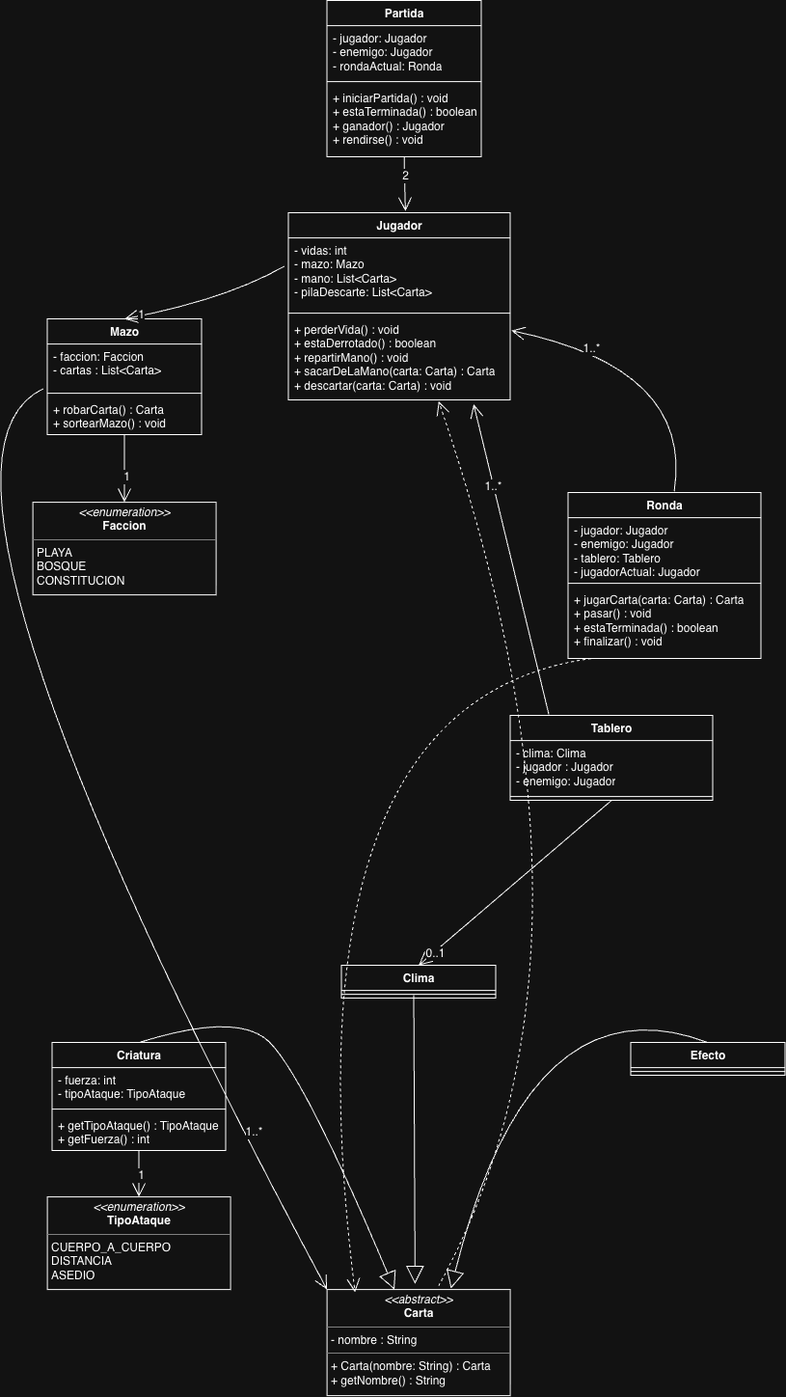
The draw.io diagram paradigwent/diagrama/UMLEntregaParcial.png in AgustinaMJuarez/tp1_paradigwent, before a commit. Source tidied: cells renumbered, new cells last; positions are measured from the earlier drawing's top-left corner, leaving out a move shared by most shapes.
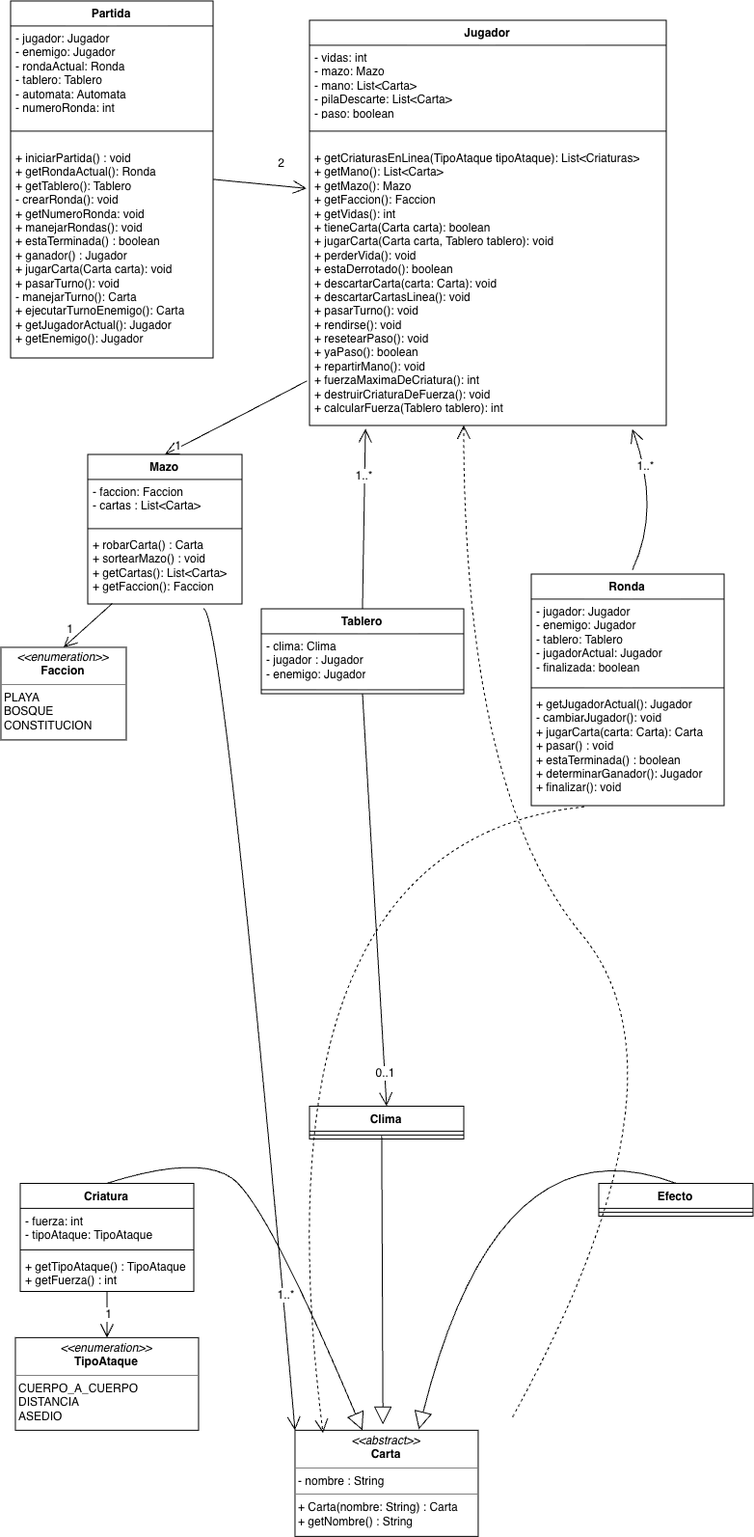
Above is the later version.

Commit message:
agregamos modal de rendirse

Change to the diagram source:
```diff
@@ -5,15 +5,15 @@
     <mxCell id="2" value="Jugador" style="swimlane;fontStyle=1;align=center;verticalAlign=top;horizontal=1;startSize=26;whiteSpace=wrap;html=1;" parent="1" vertex="1">
-      <mxGeometry x="420" y="220" width="230" height="194" as="geometry" />
+      <mxGeometry x="90" y="-130" width="370" height="420" as="geometry" />
     </mxCell>
-    <mxCell id="3" value="- vidas: int&lt;div&gt;- mazo: Mazo&lt;/div&gt;&lt;div&gt;- mano: List&amp;lt;Carta&amp;gt;&lt;/div&gt;&lt;div&gt;- pilaDescarte: List&amp;lt;Carta&amp;gt;&lt;/div&gt;&lt;div&gt;&lt;br&gt;&lt;/div&gt;&lt;div&gt;&lt;br&gt;&lt;/div&gt;" style="text;strokeColor=none;fillColor=none;align=left;verticalAlign=top;spacingLeft=4;spacingRight=4;overflow=hidden;points=[[0,0.5],[1,0.5]];portConstraint=eastwest;whiteSpace=wrap;html=1;" parent="2" vertex="1">
-      <mxGeometry y="26" width="230" height="74" as="geometry" />
+    <mxCell id="3" value="- vidas: int&lt;div&gt;- mazo: Mazo&lt;/div&gt;&lt;div&gt;- mano: List&amp;lt;Carta&amp;gt;&lt;/div&gt;&lt;div&gt;- pilaDescarte: List&amp;lt;Carta&amp;gt;&lt;/div&gt;&lt;div&gt;- paso: boolean&lt;/div&gt;&lt;div&gt;&lt;br&gt;&lt;/div&gt;&lt;div&gt;&lt;br&gt;&lt;/div&gt;" style="text;strokeColor=none;fillColor=none;align=left;verticalAlign=top;spacingLeft=4;spacingRight=4;overflow=hidden;points=[[0,0.5],[1,0.5]];portConstraint=eastwest;whiteSpace=wrap;html=1;" parent="2" vertex="1">
+      <mxGeometry y="26" width="370" height="74" as="geometry" />
     </mxCell>
     <mxCell id="4" style="line;strokeWidth=1;fillColor=none;align=left;verticalAlign=middle;spacingTop=-1;spacingLeft=3;spacingRight=3;labelPosition=right;strokeColor=inherit;" parent="2" vertex="1">
-      <mxGeometry y="100" width="230" height="8" as="geometry" />
+      <mxGeometry y="100" width="370" height="30" as="geometry" />
     </mxCell>
-    <mxCell id="5" value="+ perderVida() : void&lt;br&gt;+ estaDerrotado() : boolean&lt;br&gt;+ repartirMano() : void&lt;div&gt;+ sacarDeLaMano(carta: Carta) : Carta&lt;/div&gt;&lt;div&gt;+ descartar(carta: Carta) : void&lt;/div&gt;&lt;div&gt;&lt;br&gt;&lt;/div&gt;" style="text;strokeColor=none;fillColor=none;align=left;verticalAlign=top;spacingLeft=4;spacingRight=4;overflow=hidden;points=[[0,0.5],[1,0.5]];portConstraint=eastwest;whiteSpace=wrap;html=1;" parent="2" vertex="1">
-      <mxGeometry y="108" width="230" height="86" as="geometry" />
+    <mxCell id="5" value="+ getCriaturasEnLinea(TipoAtaque tipoAtaque): List&amp;lt;Criaturas&amp;gt;&lt;div&gt;+ getMano(): List&amp;lt;Carta&amp;gt;&lt;/div&gt;&lt;div&gt;+ getMazo(): Mazo&lt;/div&gt;&lt;div&gt;+ getFaccion(): Faccion&lt;/div&gt;&lt;div&gt;+ getVidas(): int&lt;/div&gt;&lt;div&gt;+ tieneCarta(Carta carta): boolean&lt;/div&gt;&lt;div&gt;+ jugarCarta(Carta carta, Tablero tablero): void&lt;/div&gt;&lt;div&gt;+ perderVida(): void&lt;br&gt;+ estaDerrotado(): boolean&lt;br&gt;&lt;div&gt;+ descartarCarta(carta: Carta): void&lt;/div&gt;&lt;div&gt;+ descartarCartasLinea(): void&lt;/div&gt;&lt;div&gt;+ pasarTurno(): void&lt;/div&gt;&lt;div&gt;+ rendirse(): void&lt;/div&gt;&lt;div&gt;+ resetearPaso(): void&lt;/div&gt;&lt;div&gt;+ yaPaso(): boolean&lt;/div&gt;&lt;div&gt;+ repartirMano(): void&lt;/div&gt;&lt;div&gt;+ fuerzaMaximaDeCriatura(): int&lt;/div&gt;&lt;div&gt;+ destruirCriaturaDeFuerza(): void&lt;/div&gt;&lt;div&gt;+ calcularFuerza(Tablero tablero): int&lt;/div&gt;&lt;div&gt;&lt;br&gt;&lt;/div&gt;&lt;/div&gt;" style="text;strokeColor=none;fillColor=none;align=left;verticalAlign=top;spacingLeft=4;spacingRight=4;overflow=hidden;points=[[0,0.5],[1,0.5]];portConstraint=eastwest;whiteSpace=wrap;html=1;" parent="2" vertex="1">
+      <mxGeometry y="130" width="370" height="290" as="geometry" />
     </mxCell>
     <mxCell id="6" value="Mazo" style="swimlane;fontStyle=1;align=center;verticalAlign=top;horizontal=1;startSize=26;whiteSpace=wrap;html=1;" parent="1" vertex="1">
-      <mxGeometry x="170" y="330" width="160" height="120" as="geometry" />
+      <mxGeometry x="-140" y="320" width="160" height="155" as="geometry" />
     </mxCell>
@@ -25,9 +25,9 @@
     </mxCell>
-    <mxCell id="9" value="+ robarCarta() : Carta&lt;br&gt;+ sortearMazo() : void" style="text;strokeColor=none;fillColor=none;align=left;verticalAlign=top;spacingLeft=4;spacingRight=4;overflow=hidden;points=[[0,0.5],[1,0.5]];portConstraint=eastwest;whiteSpace=wrap;html=1;" parent="6" vertex="1">
-      <mxGeometry y="81" width="160" height="39" as="geometry" />
+    <mxCell id="9" value="+ robarCarta() : Carta&lt;br&gt;+ sortearMazo() : void&lt;div&gt;+ getCartas(): List&amp;lt;Carta&amp;gt;&lt;/div&gt;&lt;div&gt;+ getFaccion(): Faccion&lt;/div&gt;" style="text;strokeColor=none;fillColor=none;align=left;verticalAlign=top;spacingLeft=4;spacingRight=4;overflow=hidden;points=[[0,0.5],[1,0.5]];portConstraint=eastwest;whiteSpace=wrap;html=1;" parent="6" vertex="1">
+      <mxGeometry y="81" width="160" height="74" as="geometry" />
     </mxCell>
-    <mxCell id="10" style="endArrow=open;endFill=1;endSize=12;html=1;rounded=0;fontSize=12;curved=1;exitX=-0.019;exitY=0.398;exitDx=0;exitDy=0;exitPerimeter=0;entryX=0.5;entryY=0;entryDx=0;entryDy=0;" parent="1" edge="1" source="3" target="6">
+    <mxCell id="10" style="endArrow=open;endFill=1;endSize=12;html=1;rounded=0;fontSize=12;curved=1;exitX=-0.007;exitY=0.841;exitDx=0;exitDy=0;exitPerimeter=0;entryX=0.5;entryY=0;entryDx=0;entryDy=0;" parent="1" edge="1" source="5" target="6">
       <mxGeometry relative="1" as="geometry">
         <Array as="points">
-          <mxPoint x="355" y="310" />
+          <mxPoint x="-30" y="305.5" />
         </Array>
@@ -39,5 +39,5 @@
     <mxCell id="12" value="&lt;p style=&quot;margin:0px;margin-top:4px;text-align:center;&quot;&gt;&lt;i&gt;&amp;lt;&amp;lt;enumeration&amp;gt;&amp;gt;&lt;/i&gt;&lt;br&gt;&lt;b&gt;Faccion&lt;/b&gt;&lt;/p&gt;&lt;hr size=&quot;1&quot; style=&quot;border-style:solid;&quot;&gt;&lt;p style=&quot;margin:0px;margin-left:4px;&quot;&gt;PLAYA&lt;br&gt;BOSQUE&lt;br&gt;CONSTITUCION&lt;/p&gt;" style="verticalAlign=top;align=left;overflow=fill;html=1;whiteSpace=wrap;" parent="1" vertex="1">
-      <mxGeometry x="155" y="520" width="190" height="96" as="geometry" />
+      <mxGeometry x="-230" y="520" width="130" height="96" as="geometry" />
     </mxCell>
-    <mxCell id="13" style="endArrow=open;endFill=1;endSize=12;html=1;rounded=0;fontSize=12;curved=1;exitX=0.5;exitY=1;exitDx=0;exitDy=0;entryX=0.5;entryY=0;entryDx=0;entryDy=0;" parent="1" edge="1" source="6" target="12">
+    <mxCell id="13" style="endArrow=open;endFill=1;endSize=12;html=1;rounded=0;fontSize=12;curved=1;exitX=0.161;exitY=0.991;exitDx=0;exitDy=0;entryX=0.5;entryY=0;entryDx=0;entryDy=0;exitPerimeter=0;" parent="1" edge="1" source="9" target="12">
       <mxGeometry relative="1" as="geometry" />
@@ -50,6 +50,6 @@
     <mxCell id="15" value="&lt;p style=&quot;margin:0px;margin-top:4px;text-align:center;&quot;&gt;&lt;i&gt;&amp;lt;&amp;lt;abstract&amp;gt;&amp;gt;&lt;/i&gt;&lt;br&gt;&lt;b&gt;Carta&lt;/b&gt;&lt;/p&gt;&lt;hr size=&quot;1&quot; style=&quot;border-style:solid;&quot;&gt;&lt;p style=&quot;margin:0px;margin-left:4px;&quot;&gt;- nombre : String&lt;/p&gt;&lt;hr size=&quot;1&quot; style=&quot;border-style:solid;&quot;&gt;&lt;p style=&quot;margin:0px;margin-left:4px;&quot;&gt;+ Carta(nombre: String) : Carta&lt;/p&gt;&lt;p style=&quot;margin:0px;margin-left:4px;&quot;&gt;+ getNombre() : String&lt;/p&gt;" style="verticalAlign=top;align=left;overflow=fill;html=1;whiteSpace=wrap;" parent="1" vertex="1">
-      <mxGeometry x="460" y="1336" width="190" height="110" as="geometry" />
+      <mxGeometry x="75" y="1331.5" width="190" height="110" as="geometry" />
     </mxCell>
     <mxCell id="16" value="Criatura" style="swimlane;fontStyle=1;align=center;verticalAlign=top;horizontal=1;startSize=26;whiteSpace=wrap;html=1;" parent="1" vertex="1">
-      <mxGeometry x="175" y="1080" width="180" height="112" as="geometry" />
+      <mxGeometry x="-210" y="1075.5" width="180" height="112" as="geometry" />
     </mxCell>
@@ -65,3 +65,3 @@
     <mxCell id="20" value="Clima" style="swimlane;fontStyle=1;align=center;verticalAlign=top;horizontal=1;startSize=26;whiteSpace=wrap;html=1;" parent="1" vertex="1">
-      <mxGeometry x="475" y="1000" width="160" height="34" as="geometry" />
+      <mxGeometry x="90" y="995.5" width="160" height="34" as="geometry" />
     </mxCell>
@@ -71,3 +71,3 @@
     <mxCell id="22" value="Efecto" style="swimlane;fontStyle=1;align=center;verticalAlign=top;horizontal=1;startSize=26;whiteSpace=wrap;html=1;" parent="1" vertex="1">
-      <mxGeometry x="775" y="1080" width="160" height="34" as="geometry" />
+      <mxGeometry x="390" y="1075.5" width="160" height="34" as="geometry" />
     </mxCell>
@@ -77,3 +77,3 @@
     <mxCell id="24" value="&lt;p style=&quot;margin:0px;margin-top:4px;text-align:center;&quot;&gt;&lt;i&gt;&amp;lt;&amp;lt;enumeration&amp;gt;&amp;gt;&lt;/i&gt;&lt;br&gt;&lt;b&gt;TipoAtaque&lt;/b&gt;&lt;/p&gt;&lt;hr size=&quot;1&quot; style=&quot;border-style:solid;&quot;&gt;&lt;p style=&quot;margin:0px;margin-left:4px;&quot;&gt;CUERPO_A_CUERPO&lt;/p&gt;&lt;p style=&quot;margin:0px;margin-left:4px;&quot;&gt;DISTANCIA&lt;/p&gt;&lt;p style=&quot;margin:0px;margin-left:4px;&quot;&gt;ASEDIO&lt;/p&gt;&lt;p style=&quot;margin:0px;margin-left:4px;&quot;&gt;&lt;br&gt;&lt;/p&gt;" style="verticalAlign=top;align=left;overflow=fill;html=1;whiteSpace=wrap;" parent="1" vertex="1">
-      <mxGeometry x="170" y="1240" width="190" height="96" as="geometry" />
+      <mxGeometry x="-215" y="1235.5" width="190" height="96" as="geometry" />
     </mxCell>
@@ -82,4 +82,4 @@
         <Array as="points">
-          <mxPoint x="360" y="1050" />
-          <mxPoint x="430" y="1100" />
+          <mxPoint x="-25" y="1045.5" />
+          <mxPoint x="45" y="1095.5" />
         </Array>
@@ -89,4 +89,4 @@
       <mxGeometry relative="1" as="geometry">
-        <mxPoint x="549.9" y="1030.9" as="sourcePoint" />
-        <mxPoint x="551.3" y="1330" as="targetPoint" />
+        <mxPoint x="164.9" y="1026.3" as="sourcePoint" />
+        <mxPoint x="166.3" y="1325.5" as="targetPoint" />
       </mxGeometry>
@@ -96,3 +96,3 @@
         <Array as="points">
-          <mxPoint x="670" y="1010" />
+          <mxPoint x="285" y="1005.5" />
         </Array>
@@ -109,14 +109,14 @@
     <mxCell id="30" value="Partida" style="swimlane;fontStyle=1;align=center;verticalAlign=top;horizontal=1;startSize=26;whiteSpace=wrap;html=1;" parent="1" vertex="1">
-      <mxGeometry x="460" width="160" height="162" as="geometry" />
+      <mxGeometry x="-220" y="-150" width="210" height="370" as="geometry" />
     </mxCell>
-    <mxCell id="31" value="- jugador: Jugador&lt;br&gt;- enemigo: Jugador&lt;div&gt;- rondaActual: Ronda&lt;/div&gt;" style="text;strokeColor=none;fillColor=none;align=left;verticalAlign=top;spacingLeft=4;spacingRight=4;overflow=hidden;whiteSpace=wrap;html=1;" parent="30" vertex="1">
-      <mxGeometry y="26" width="160" height="54" as="geometry" />
+    <mxCell id="31" value="- jugador: Jugador&lt;br&gt;- enemigo: Jugador&lt;div&gt;- rondaActual: Ronda&lt;/div&gt;&lt;div&gt;- tablero: Tablero&lt;/div&gt;&lt;div&gt;- automata: Automata&lt;/div&gt;&lt;div&gt;- numeroRonda: int&lt;/div&gt;" style="text;strokeColor=none;fillColor=none;align=left;verticalAlign=top;spacingLeft=4;spacingRight=4;overflow=hidden;whiteSpace=wrap;html=1;" parent="30" vertex="1">
+      <mxGeometry y="26" width="210" height="94" as="geometry" />
     </mxCell>
     <mxCell id="32" style="line;strokeWidth=1;fillColor=none;align=left;verticalAlign=middle;spacingTop=-1;spacingLeft=3;spacingRight=3;labelPosition=right;strokeColor=inherit;" parent="30" vertex="1">
-      <mxGeometry y="80" width="160" height="8" as="geometry" />
+      <mxGeometry y="120" width="210" height="30" as="geometry" />
     </mxCell>
-    <mxCell id="33" value="+ iniciarPartida() : void&lt;div&gt;+ estaTerminada() : boolean&lt;/div&gt;&lt;div&gt;+ ganador() : Jugador&lt;/div&gt;&lt;div&gt;+ rendirse() : void&lt;/div&gt;" style="text;strokeColor=none;fillColor=none;align=left;verticalAlign=top;spacingLeft=4;spacingRight=4;overflow=hidden;whiteSpace=wrap;html=1;" parent="30" vertex="1">
-      <mxGeometry y="88" width="160" height="74" as="geometry" />
+    <mxCell id="33" value="+ iniciarPartida() : void&lt;div&gt;+ getRondaActual(): Ronda&lt;/div&gt;&lt;div&gt;+ getTablero(): Tablero&lt;/div&gt;&lt;div&gt;- crearRonda(): void&lt;/div&gt;&lt;div&gt;+ getNumeroRonda: void&lt;/div&gt;&lt;div&gt;+ manejarRondas(): void&lt;br&gt;&lt;div&gt;+ estaTerminada() : boolean&lt;/div&gt;&lt;div&gt;+ ganador() : Jugador&lt;/div&gt;&lt;div&gt;+ jugarCarta(Carta carta): void&lt;/div&gt;&lt;div&gt;+ pasarTurno(): void&lt;/div&gt;&lt;div&gt;- manejarTurno(): Carta&lt;/div&gt;&lt;/div&gt;&lt;div&gt;+ ejecutarTurnoEnemigo(): Carta&lt;/div&gt;&lt;div&gt;+ getJugadorActual(): Jugador&lt;/div&gt;&lt;div&gt;+ getEnemigo(): Jugador&lt;/div&gt;&lt;div&gt;&lt;br&gt;&lt;/div&gt;" style="text;strokeColor=none;fillColor=none;align=left;verticalAlign=top;spacingLeft=4;spacingRight=4;overflow=hidden;whiteSpace=wrap;html=1;" parent="30" vertex="1">
+      <mxGeometry y="150" width="210" height="220" as="geometry" />
     </mxCell>
-    <mxCell id="34" style="endArrow=open;endFill=1;endSize=12;html=1;rounded=0;fontSize=12;curved=1;exitX=0.5;exitY=1;exitDx=0;exitDy=0;entryX=0.527;entryY=-0.009;entryDx=0;entryDy=0;entryPerimeter=0;" parent="1" edge="1" source="30" target="2">
+    <mxCell id="34" style="endArrow=open;endFill=1;endSize=12;html=1;rounded=0;fontSize=12;curved=1;exitX=1;exitY=0.5;exitDx=0;exitDy=0;entryX=-0.008;entryY=0.153;entryDx=0;entryDy=0;entryPerimeter=0;" parent="1" edge="1" source="30" target="5">
       <mxGeometry relative="1" as="geometry" />
@@ -129,15 +129,15 @@
     <mxCell id="36" value="Ronda" style="swimlane;fontStyle=1;align=center;verticalAlign=top;horizontal=1;startSize=26;whiteSpace=wrap;html=1;" parent="1" vertex="1">
-      <mxGeometry x="710" y="510" width="200" height="172" as="geometry" />
+      <mxGeometry x="320" y="444" width="200" height="240" as="geometry" />
     </mxCell>
-    <mxCell id="37" value="- jugador: Jugador&lt;div&gt;- enemigo: Jugador&lt;/div&gt;&lt;div&gt;- tablero: Tablero&lt;/div&gt;&lt;div&gt;- jugadorActual: Jugador&lt;/div&gt;" style="text;strokeColor=none;fillColor=none;align=left;verticalAlign=top;spacingLeft=4;spacingRight=4;overflow=hidden;whiteSpace=wrap;html=1;" parent="36" vertex="1">
-      <mxGeometry y="26" width="200" height="64" as="geometry" />
+    <mxCell id="37" value="- jugador: Jugador&lt;div&gt;- enemigo: Jugador&lt;/div&gt;&lt;div&gt;- tablero: Tablero&lt;/div&gt;&lt;div&gt;- jugadorActual: Jugador&lt;/div&gt;&lt;div&gt;- finalizada: boolean&lt;/div&gt;" style="text;strokeColor=none;fillColor=none;align=left;verticalAlign=top;spacingLeft=4;spacingRight=4;overflow=hidden;whiteSpace=wrap;html=1;" parent="36" vertex="1">
+      <mxGeometry y="26" width="200" height="88" as="geometry" />
     </mxCell>
     <mxCell id="38" style="line;strokeWidth=1;fillColor=none;align=left;verticalAlign=middle;spacingTop=-1;spacingLeft=3;spacingRight=3;labelPosition=right;strokeColor=inherit;" parent="36" vertex="1">
-      <mxGeometry y="90" width="200" height="8" as="geometry" />
+      <mxGeometry y="114" width="200" height="8" as="geometry" />
     </mxCell>
-    <mxCell id="39" value="+ jugarCarta(carta: Carta) : Carta&lt;div&gt;+ pasar() : void&lt;/div&gt;&lt;div&gt;+ estaTerminada() : boolean&lt;/div&gt;&lt;div&gt;+ finalizar() : void&amp;nbsp;&lt;/div&gt;" style="text;strokeColor=none;fillColor=none;align=left;verticalAlign=top;spacingLeft=4;spacingRight=4;overflow=hidden;points=[[0,0.5],[1,0.5]];portConstraint=eastwest;whiteSpace=wrap;html=1;" parent="36" vertex="1">
-      <mxGeometry y="98" width="200" height="74" as="geometry" />
+    <mxCell id="39" value="+ getJugadorActual(): Jugador&lt;div&gt;- cambiarJugador(): void&lt;br&gt;&lt;div&gt;+ jugarCarta(carta: Carta): Carta&lt;div&gt;+ pasar() : void&lt;/div&gt;&lt;div&gt;+ estaTerminada() : boolean&lt;/div&gt;&lt;div&gt;+ determinarGanador(): Jugador&lt;/div&gt;&lt;/div&gt;&lt;/div&gt;&lt;div&gt;+ finalizar(): void&lt;/div&gt;" style="text;strokeColor=none;fillColor=none;align=left;verticalAlign=top;spacingLeft=4;spacingRight=4;overflow=hidden;points=[[0,0.5],[1,0.5]];portConstraint=eastwest;whiteSpace=wrap;html=1;" parent="36" vertex="1">
+      <mxGeometry y="122" width="200" height="118" as="geometry" />
     </mxCell>
     <mxCell id="40" value="Tablero" style="swimlane;fontStyle=1;align=center;verticalAlign=top;horizontal=1;startSize=26;whiteSpace=wrap;html=1;" parent="1" vertex="1">
-      <mxGeometry x="650" y="741" width="210" height="88" as="geometry" />
+      <mxGeometry x="40" y="480" width="210" height="88" as="geometry" />
     </mxCell>
@@ -149,7 +149,7 @@
     </mxCell>
-    <mxCell id="43" style="endArrow=open;endFill=1;endSize=12;html=1;rounded=0;fontSize=12;curved=1;exitX=0.5;exitY=0;exitDx=0;exitDy=0;entryX=1.005;entryY=0.164;entryDx=0;entryDy=0;entryPerimeter=0;" parent="1" edge="1" target="5">
+    <mxCell id="43" style="endArrow=open;endFill=1;endSize=12;html=1;rounded=0;fontSize=12;curved=1;entryX=0.905;entryY=1.013;entryDx=0;entryDy=0;entryPerimeter=0;" parent="1" edge="1" target="5">
       <mxGeometry relative="1" as="geometry">
-        <mxPoint x="820" y="508.5" as="sourcePoint" />
+        <mxPoint x="424.8" y="440" as="sourcePoint" />
         <Array as="points">
-          <mxPoint x="840" y="381" />
+          <mxPoint x="455" y="376.5" />
         </Array>
@@ -160,6 +160,4 @@
     </mxCell>
-    <mxCell id="45" style="endArrow=open;endFill=1;endSize=12;html=1;rounded=0;fontSize=12;curved=1;entryX=0.835;entryY=1.052;entryDx=0;entryDy=0;entryPerimeter=0;" parent="1" edge="1" target="5">
-      <mxGeometry relative="1" as="geometry">
-        <mxPoint x="690" y="740" as="sourcePoint" />
-      </mxGeometry>
+    <mxCell id="45" style="endArrow=open;endFill=1;endSize=12;html=1;rounded=0;fontSize=12;curved=1;exitX=0.5;exitY=0;exitDx=0;exitDy=0;entryX=0.157;entryY=1.012;entryDx=0;entryDy=0;entryPerimeter=0;" parent="1" edge="1" source="40" target="5">
+      <mxGeometry relative="1" as="geometry" />
     </mxCell>
@@ -174,7 +172,6 @@
     </mxCell>
-    <mxCell id="49" style="endArrow=open;endSize=12;dashed=1;html=1;rounded=0;fontSize=12;curved=1;exitX=0.559;exitY=1.056;exitDx=0;exitDy=0;exitPerimeter=0;entryX=0.153;entryY=0.025;entryDx=0;entryDy=0;entryPerimeter=0;" parent="1" edge="1" target="15">
+    <mxCell id="49" style="endArrow=open;endSize=12;dashed=1;html=1;rounded=0;fontSize=12;curved=1;exitX=0.275;exitY=1.011;exitDx=0;exitDy=0;exitPerimeter=0;entryX=0.153;entryY=0.025;entryDx=0;entryDy=0;entryPerimeter=0;" parent="1" edge="1" source="39" target="15">
       <mxGeometry relative="1" as="geometry">
-        <mxPoint x="733.8" y="682" as="sourcePoint" />
         <Array as="points">
-          <mxPoint x="412" y="725.9" />
+          <mxPoint x="27" y="721.3" />
         </Array>
@@ -182,6 +179,9 @@
     </mxCell>
-    <mxCell id="50" style="endArrow=open;endSize=12;dashed=1;html=1;rounded=0;fontSize=12;curved=1;exitX=0.609;exitY=-0.035;exitDx=0;exitDy=0;exitPerimeter=0;entryX=0.677;entryY=1.016;entryDx=0;entryDy=0;entryPerimeter=0;" parent="1" edge="1" source="15" target="5">
+    <mxCell id="50" style="endArrow=open;endSize=12;dashed=1;html=1;rounded=0;fontSize=12;curved=1;exitX=0.609;exitY=-0.035;exitDx=0;exitDy=0;exitPerimeter=0;" parent="1" edge="1">
       <mxGeometry relative="1" as="geometry">
+        <mxPoint x="300.7" y="1317.6" as="sourcePoint" />
+        <mxPoint x="250" y="290" as="targetPoint" />
         <Array as="points">
-          <mxPoint x="770" y="980" />
+          <mxPoint x="495" y="965.5" />
+          <mxPoint x="250" y="670" />
         </Array>
@@ -189,4 +189,5 @@
     </mxCell>
-    <mxCell id="51" style="endArrow=open;endFill=1;endSize=12;html=1;rounded=0;fontSize=12;curved=1;exitX=-0.027;exitY=0.986;exitDx=0;exitDy=0;entryX=0;entryY=0;entryDx=0;entryDy=0;exitPerimeter=0;" parent="1" edge="1" source="7" target="15">
+    <mxCell id="51" style="endArrow=open;endFill=1;endSize=12;html=1;rounded=0;fontSize=12;curved=1;entryX=0;entryY=0;entryDx=0;entryDy=0;" parent="1" edge="1" target="15">
       <mxGeometry relative="1" as="geometry">
+        <mxPoint x="-20" y="480" as="sourcePoint" />
         <Array as="points">
```
